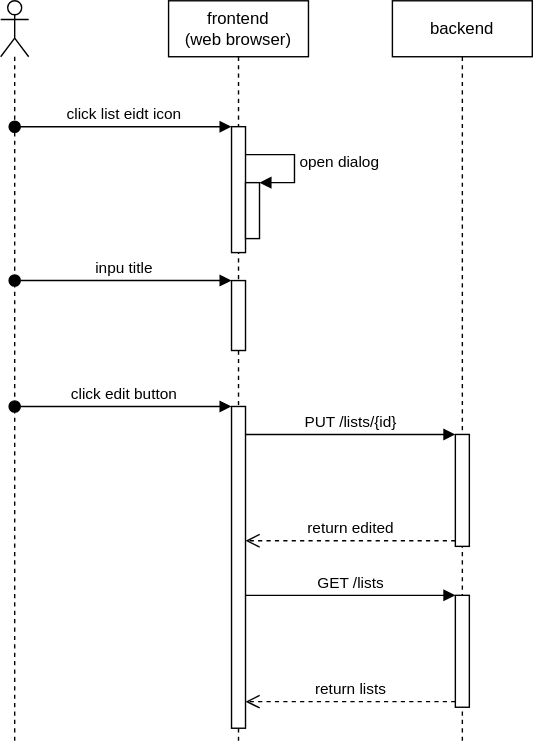
Above: design/architecture/list_edit.drawio.svg in nihiyama/todo-app-demo (draw.io), before the change. Source tidied: cells renumbered, new cells last; positions are measured from the earlier drawing's top-left corner, leaving out a move shared by most shapes. Its diagram source:
```xml
<mxGraphModel>
  <root>
    <mxCell id="0" />
    <mxCell id="1" parent="0" />
    <mxCell id="2" value="frontend&lt;br&gt;(web browser)" style="shape=umlLifeline;perimeter=lifelinePerimeter;whiteSpace=wrap;html=1;" parent="1" vertex="1">
      <mxGeometry x="120" width="100" height="530" as="geometry" />
    </mxCell>
    <mxCell id="3" style="html=1;points=[];perimeter=orthogonalPerimeter;" parent="2" vertex="1">
      <mxGeometry x="45" y="200" width="10" height="50" as="geometry" />
    </mxCell>
    <mxCell id="4" value="inpu title" style="html=1;verticalAlign=bottom;startArrow=oval;endArrow=block;startSize=8;" parent="2" edge="1" target="3">
      <mxGeometry relative="1" as="geometry">
        <mxPoint x="-110" y="200" as="sourcePoint" />
      </mxGeometry>
    </mxCell>
    <mxCell id="5" value="backend" style="shape=umlLifeline;perimeter=lifelinePerimeter;whiteSpace=wrap;html=1;" parent="1" vertex="1">
      <mxGeometry x="280" width="100" height="530" as="geometry" />
    </mxCell>
    <mxCell id="6" style="shape=umlLifeline;participant=umlActor;perimeter=lifelinePerimeter;whiteSpace=wrap;html=1;verticalAlign=top;spacingTop=36;" parent="1" vertex="1">
      <mxGeometry width="20" height="530" as="geometry" />
    </mxCell>
    <mxCell id="7" style="html=1;points=[];perimeter=orthogonalPerimeter;" parent="1" vertex="1">
      <mxGeometry x="165" y="90" width="10" height="90" as="geometry" />
    </mxCell>
    <mxCell id="8" value="click list eidt icon" style="html=1;verticalAlign=bottom;startArrow=oval;endArrow=block;startSize=8;" parent="1" edge="1" target="7">
      <mxGeometry relative="1" as="geometry">
        <mxPoint x="10" y="90" as="sourcePoint" />
      </mxGeometry>
    </mxCell>
    <mxCell id="9" style="html=1;points=[];perimeter=orthogonalPerimeter;" parent="1" vertex="1">
      <mxGeometry x="175" y="130" width="10" height="40" as="geometry" />
    </mxCell>
    <mxCell id="10" value="open dialog" style="edgeStyle=orthogonalEdgeStyle;html=1;align=left;spacingLeft=2;endArrow=block;rounded=0;entryX=1;entryY=0;" parent="1" edge="1" target="9">
      <mxGeometry relative="1" as="geometry">
        <mxPoint x="175" y="110" as="sourcePoint" />
        <Array as="points">
          <mxPoint x="210" y="110" />
          <mxPoint x="210" y="130" />
        </Array>
      </mxGeometry>
    </mxCell>
    <mxCell id="11" value="click edit&amp;nbsp;button" style="html=1;verticalAlign=bottom;startArrow=oval;endArrow=block;startSize=8;" parent="1" edge="1">
      <mxGeometry relative="1" as="geometry">
        <mxPoint x="10" y="290" as="sourcePoint" />
        <mxPoint x="165" y="290" as="targetPoint" />
      </mxGeometry>
    </mxCell>
    <mxCell id="12" style="html=1;points=[];perimeter=orthogonalPerimeter;" parent="1" vertex="1">
      <mxGeometry x="325" y="310" width="10" height="80" as="geometry" />
    </mxCell>
    <mxCell id="13" value="PUT /lists/{id}" style="html=1;verticalAlign=bottom;endArrow=block;entryX=0;entryY=0;" parent="1" edge="1" target="12">
      <mxGeometry relative="1" as="geometry">
        <mxPoint x="175" y="310" as="sourcePoint" />
        <Array as="points">
          <mxPoint x="290" y="310" />
        </Array>
      </mxGeometry>
    </mxCell>
    <mxCell id="14" value="return edited" style="html=1;verticalAlign=bottom;endArrow=open;dashed=1;endSize=8;exitX=0;exitY=0.95;" parent="1" edge="1" source="12">
      <mxGeometry relative="1" as="geometry">
        <mxPoint x="175" y="386" as="targetPoint" />
      </mxGeometry>
    </mxCell>
    <mxCell id="15" style="html=1;perimeter=orthogonalPerimeter;" parent="1" vertex="1">
      <mxGeometry x="165" y="290" width="10" height="230" as="geometry" />
    </mxCell>
    <mxCell id="16" style="html=1;points=[];perimeter=orthogonalPerimeter;" parent="1" vertex="1">
      <mxGeometry x="325" y="425" width="10" height="80" as="geometry" />
    </mxCell>
    <mxCell id="17" value="GET /lists" style="html=1;verticalAlign=bottom;endArrow=block;entryX=0;entryY=0;" parent="1" edge="1" target="16">
      <mxGeometry relative="1" as="geometry">
        <mxPoint x="175" y="425" as="sourcePoint" />
      </mxGeometry>
    </mxCell>
    <mxCell id="18" value="return lists" style="html=1;verticalAlign=bottom;endArrow=open;dashed=1;endSize=8;exitX=0;exitY=0.95;" parent="1" edge="1" source="16">
      <mxGeometry relative="1" as="geometry">
        <mxPoint x="175" y="501" as="targetPoint" />
      </mxGeometry>
    </mxCell>
  </root>
</mxGraphModel>
```
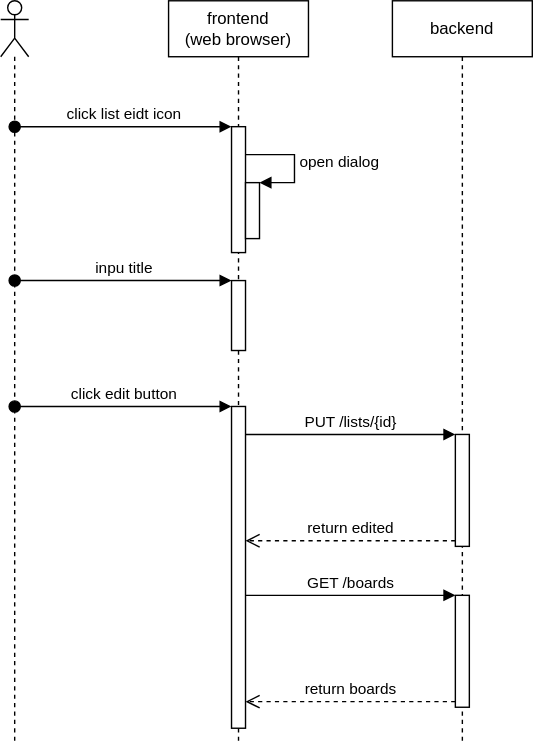
After the commit.

Diff of the diagram source:
```diff
@@ -67,12 +67,12 @@
     <mxCell id="16" style="html=1;points=[];perimeter=orthogonalPerimeter;" parent="1" vertex="1">
       <mxGeometry x="325" y="425" width="10" height="80" as="geometry" />
     </mxCell>
-    <mxCell id="17" value="GET /lists" style="html=1;verticalAlign=bottom;endArrow=block;entryX=0;entryY=0;" parent="1" edge="1" target="16">
+    <mxCell id="17" value="GET /boards" style="html=1;verticalAlign=bottom;endArrow=block;entryX=0;entryY=0;" parent="1" edge="1" target="16">
       <mxGeometry relative="1" as="geometry">
         <mxPoint x="175" y="425" as="sourcePoint" />
       </mxGeometry>
     </mxCell>
-    <mxCell id="18" value="return lists" style="html=1;verticalAlign=bottom;endArrow=open;dashed=1;endSize=8;exitX=0;exitY=0.95;" parent="1" edge="1" source="16">
+    <mxCell id="18" value="return boards" style="html=1;verticalAlign=bottom;endArrow=open;dashed=1;endSize=8;exitX=0;exitY=0.95;" parent="1" edge="1" source="16">
       <mxGeometry relative="1" as="geometry">
         <mxPoint x="175" y="501" as="targetPoint" />
       </mxGeometry>
```
